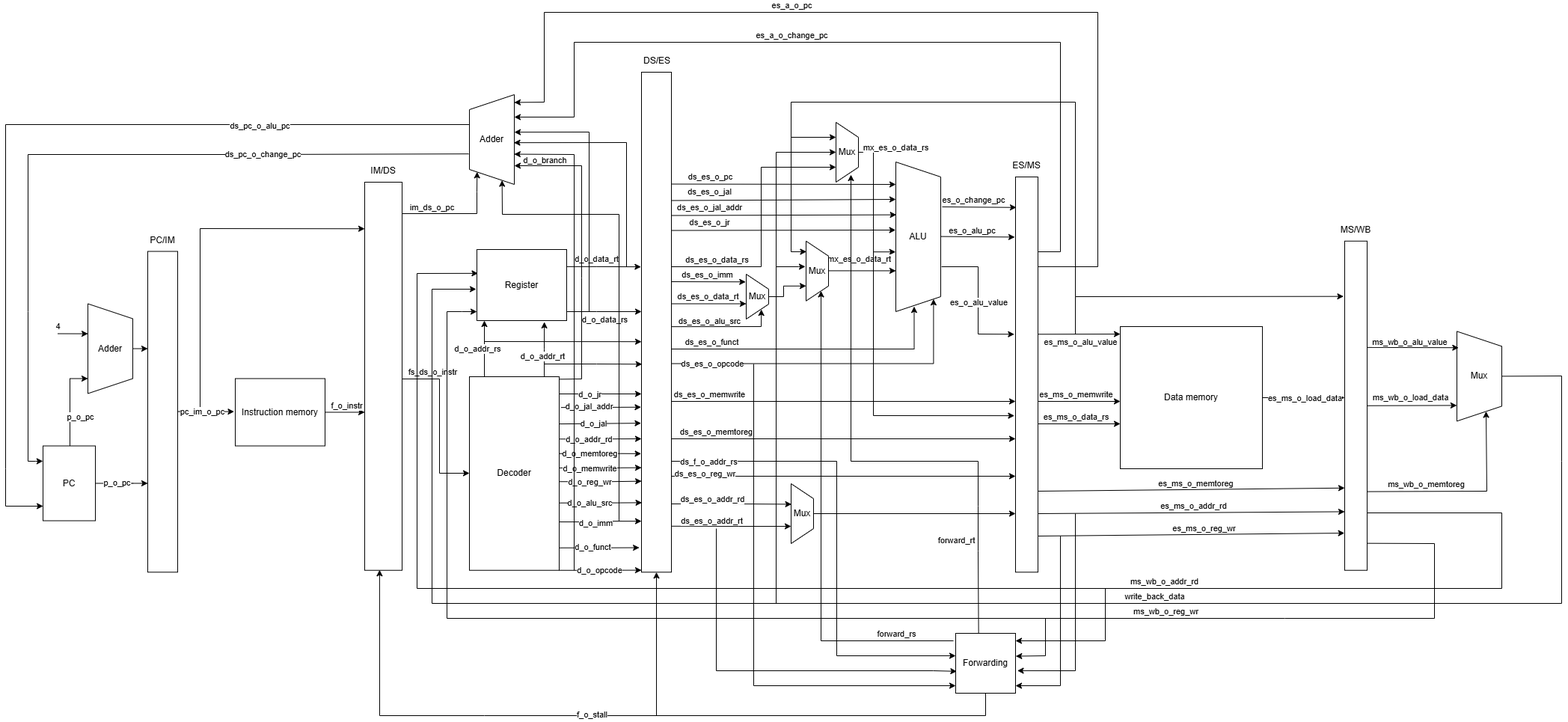
Earlier version of the draw.io export Picture/architecture.png (NguyenHoanKhanh/MIPS_PIPELINE). Source tidied: cells renumbered, new cells last; positions are measured from the earlier drawing's top-left corner, leaving out a move shared by most shapes.
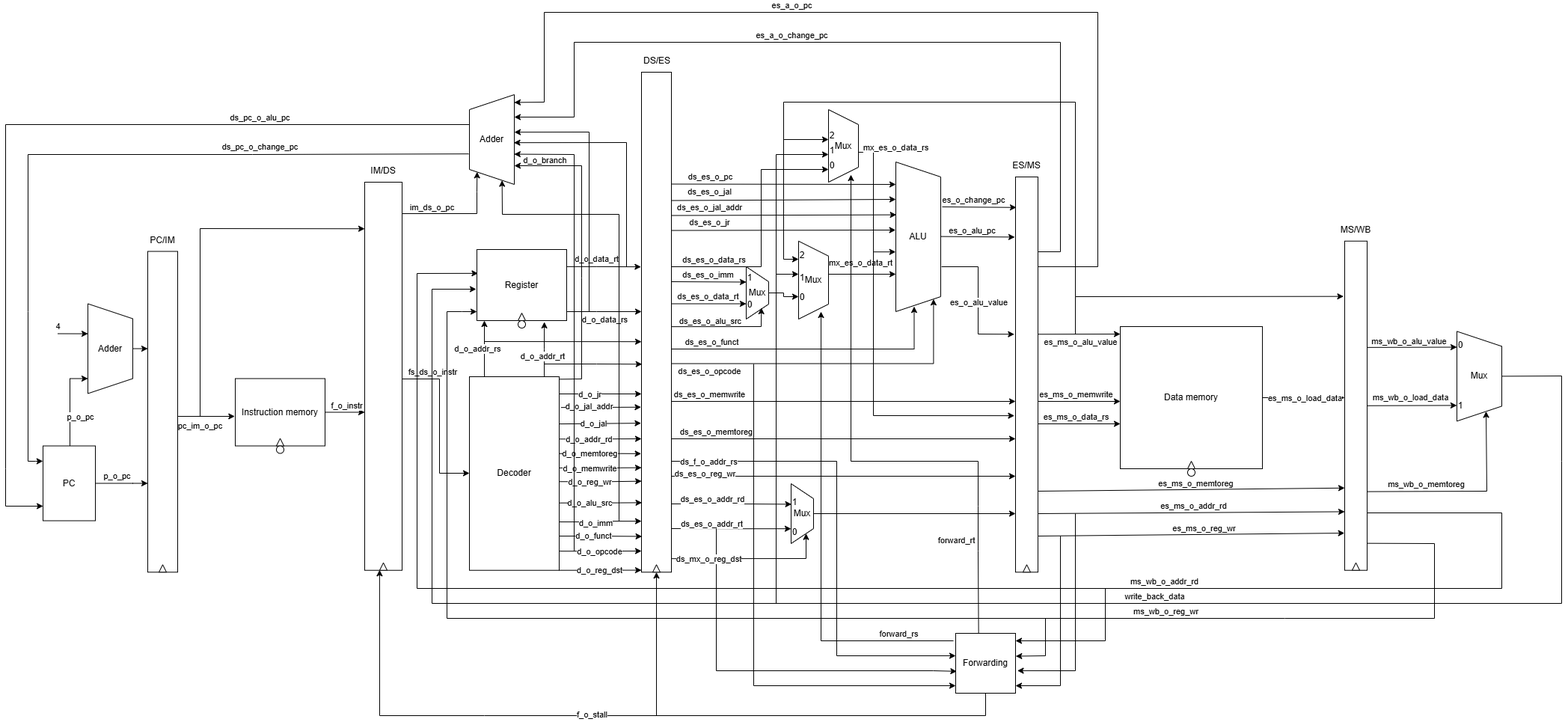
The same diagram one commit later.

What changed in the source:
```diff
@@ -13,3 +13,5 @@
     <mxCell id="3" value="p_o_pc" style="edgeLabel;html=1;align=center;verticalAlign=middle;" parent="2" vertex="1">
-      <mxGeometry x="-0.19" y="1" relative="1" as="geometry" />
+      <mxGeometry x="-0.19" y="1" relative="1" as="geometry">
+        <mxPoint y="-9" as="offset" />
+      </mxGeometry>
     </mxCell>
@@ -66,6 +68,8 @@
     </mxCell>
-    <mxCell id="14" style="edgeStyle=orthogonalEdgeStyle;rounded=0;jettySize=auto;html=1;entryX=0;entryY=0.996;entryDx=0;entryDy=0;entryPerimeter=0;exitX=1;exitY=1;exitDx=0;exitDy=0;" parent="1" edge="1" source="22" target="28">
+    <mxCell id="14" style="edgeStyle=orthogonalEdgeStyle;rounded=0;orthogonalLoop=1;jettySize=auto;html=1;entryX=0;entryY=0.996;entryDx=0;entryDy=0;entryPerimeter=0;exitX=1;exitY=1;exitDx=0;exitDy=0;" parent="1" edge="1">
       <mxGeometry relative="1" as="geometry">
+        <mxPoint x="740" y="720.2" as="sourcePoint" />
+        <mxPoint x="850" y="720" as="targetPoint" />
         <Array as="points">
-          <mxPoint x="780" y="746" />
+          <mxPoint x="780" y="720.4" />
         </Array>
@@ -78,4 +82,10 @@
     </mxCell>
-    <mxCell id="16" style="edgeStyle=orthogonalEdgeStyle;rounded=0;jettySize=auto;html=1;entryX=-0.072;entryY=0.951;entryDx=0;entryDy=0;entryPerimeter=0;exitX=0.993;exitY=0.884;exitDx=0;exitDy=0;exitPerimeter=0;" parent="1" edge="1" source="22" target="28">
-      <mxGeometry relative="1" as="geometry" />
+    <mxCell id="16" style="edgeStyle=orthogonalEdgeStyle;rounded=0;orthogonalLoop=1;jettySize=auto;html=1;entryX=-0.006;entryY=0.952;entryDx=0;entryDy=0;entryPerimeter=0;exitX=0.993;exitY=0.884;exitDx=0;exitDy=0;exitPerimeter=0;" parent="1" edge="1">
+      <mxGeometry relative="1" as="geometry">
+        <mxPoint x="740" y="700" as="sourcePoint" />
+        <mxPoint x="850.6" y="700.5" as="targetPoint" />
+        <Array as="points">
+          <mxPoint x="790.8" y="700.3" />
+        </Array>
+      </mxGeometry>
     </mxCell>
@@ -206,3 +216,3 @@
       <mxGeometry x="0.08" relative="1" as="geometry">
-        <mxPoint x="-183" as="offset" />
+        <mxPoint x="-187" y="10" as="offset" />
       </mxGeometry>
@@ -236,9 +246,9 @@
     </mxCell>
-    <mxCell id="45" style="edgeStyle=orthogonalEdgeStyle;rounded=0;jettySize=auto;html=1;entryX=0.75;entryY=1;entryDx=0;entryDy=0;" parent="1" edge="1" target="56">
+    <mxCell id="45" style="edgeStyle=orthogonalEdgeStyle;rounded=0;orthogonalLoop=1;jettySize=auto;html=1;" parent="1" edge="1">
       <mxGeometry relative="1" as="geometry">
         <mxPoint x="890" y="340" as="sourcePoint" />
+        <mxPoint x="1100" y="210" as="targetPoint" />
         <Array as="points">
-          <mxPoint x="890" y="340" />
           <mxPoint x="1010" y="340" />
-          <mxPoint x="1010" y="207" />
+          <mxPoint x="1010" y="210" />
         </Array>
@@ -303,3 +313,3 @@
     <mxCell id="56" value="Mux" style="shape=trapezoid;perimeter=trapezoidPerimeter;whiteSpace=wrap;html=1;fixedSize=1;direction=south;" parent="1" vertex="1">
-      <mxGeometry x="1110" y="147" width="30" height="80" as="geometry" />
+      <mxGeometry x="1100" y="130" width="40" height="97" as="geometry" />
     </mxCell>
@@ -310,5 +320,6 @@
       <mxGeometry relative="1" as="geometry">
-        <mxPoint x="1190" y="345.4" as="targetPoint" />
+        <mxPoint x="1190" y="350" as="targetPoint" />
         <Array as="points">
-          <mxPoint x="1190" y="345" />
+          <mxPoint x="1100" y="350" />
+          <mxPoint x="1190" y="350" />
         </Array>
@@ -318,3 +329,3 @@
       <mxGeometry x="-0.2" y="1" relative="1" as="geometry">
-        <mxPoint x="4" y="-15" as="offset" />
+        <mxPoint x="11" y="-15" as="offset" />
       </mxGeometry>
@@ -322,3 +333,3 @@
     <mxCell id="60" value="Mux" style="shape=trapezoid;perimeter=trapezoidPerimeter;whiteSpace=wrap;html=1;fixedSize=1;direction=south;" parent="1" vertex="1">
-      <mxGeometry x="1070" y="305.8" width="30" height="80" as="geometry" />
+      <mxGeometry x="1060" y="305.8" width="40" height="104.2" as="geometry" />
     </mxCell>
@@ -326,3 +337,3 @@
       <mxGeometry relative="1" as="geometry">
-        <mxPoint x="260" y="530" as="sourcePoint" />
+        <mxPoint x="260" y="540" as="sourcePoint" />
         <Array as="points">
@@ -342,6 +353,8 @@
     </mxCell>
-    <mxCell id="64" style="endArrow=classic;html=1;rounded=0;entryX=0.712;entryY=1;entryDx=0;entryDy=0;entryPerimeter=0;exitX=0.993;exitY=0.908;exitDx=0;exitDy=0;exitPerimeter=0;" parent="1" edge="1" source="28" target="66">
+    <mxCell id="64" style="endArrow=classic;html=1;rounded=0;entryX=0.712;entryY=1;entryDx=0;entryDy=0;entryPerimeter=0;exitX=0.993;exitY=0.908;exitDx=0;exitDy=0;exitPerimeter=0;" parent="1" edge="1">
       <mxGeometry relative="1" as="geometry">
+        <mxPoint x="889.7" y="690" as="sourcePoint" />
+        <mxPoint x="1050" y="690.2" as="targetPoint" />
         <Array as="points">
-          <mxPoint x="980" y="687" />
+          <mxPoint x="980" y="690.2" />
         </Array>
@@ -369,8 +382,5 @@
     </mxCell>
-    <mxCell id="69" style="edgeStyle=orthogonalEdgeStyle;rounded=0;jettySize=auto;html=1;entryX=0.75;entryY=1;entryDx=0;entryDy=0;" parent="1" edge="1" source="70" target="60">
+    <mxCell id="69" style="edgeStyle=orthogonalEdgeStyle;rounded=0;jettySize=auto;html=1;" parent="1" edge="1" source="70">
       <mxGeometry relative="1" as="geometry">
-        <Array as="points">
-          <mxPoint x="1040" y="380" />
-          <mxPoint x="1040" y="366" />
-        </Array>
+        <mxPoint x="1060" y="380" as="targetPoint" />
       </mxGeometry>
@@ -378,5 +388,5 @@
     <mxCell id="70" value="Mux" style="shape=trapezoid;perimeter=trapezoidPerimeter;whiteSpace=wrap;html=1;fixedSize=1;direction=south;" parent="1" vertex="1">
-      <mxGeometry x="990" y="350" width="30" height="60" as="geometry" />
+      <mxGeometry x="990" y="340" width="30" height="70" as="geometry" />
     </mxCell>
-    <mxCell id="71" style="endArrow=classic;html=1;rounded=0;entryX=0.171;entryY=1.025;entryDx=0;entryDy=0;entryPerimeter=0;" parent="1" edge="1" target="70">
+    <mxCell id="71" style="endArrow=classic;html=1;rounded=0;entryX=0.293;entryY=0.998;entryDx=0;entryDy=0;entryPerimeter=0;" parent="1" edge="1" target="70">
       <mxGeometry relative="1" as="geometry">
@@ -533,3 +543,3 @@
     </mxCell>
-    <mxCell id="99" style="endArrow=classic;html=1;rounded=0;exitX=0.989;exitY=0.323;exitDx=0;exitDy=0;exitPerimeter=0;entryX=0.182;entryY=0.961;entryDx=0;entryDy=0;entryPerimeter=0;" parent="1" edge="1" source="92" target="93">
+    <mxCell id="99" style="endArrow=classic;html=1;rounded=0;exitX=0.989;exitY=0.323;exitDx=0;exitDy=0;exitPerimeter=0;entryX=0;entryY=0.75;entryDx=0;entryDy=0;" parent="1" edge="1" source="92" target="197">
       <mxGeometry relative="1" as="geometry" />
@@ -661,5 +671,6 @@
     </mxCell>
-    <mxCell id="116" style="endArrow=classic;html=1;rounded=0;entryX=1;entryY=0.25;entryDx=0;entryDy=0;" parent="1" edge="1" target="60">
+    <mxCell id="116" style="endArrow=classic;html=1;rounded=0;" parent="1" edge="1">
       <mxGeometry relative="1" as="geometry">
         <mxPoint x="1267" y="840" as="sourcePoint" />
+        <mxPoint x="1090" y="400" as="targetPoint" />
         <Array as="points">
@@ -705,7 +716,8 @@
     </mxCell>
-    <mxCell id="122" style="endArrow=classic;html=1;rounded=0;entryX=0.5;entryY=1;entryDx=0;entryDy=0;" parent="1" edge="1" target="56">
+    <mxCell id="122" style="endArrow=classic;html=1;rounded=0;" parent="1" edge="1">
       <mxGeometry relative="1" as="geometry">
         <mxPoint x="1030" y="790" as="sourcePoint" />
+        <mxPoint x="1100" y="190" as="targetPoint" />
         <Array as="points">
-          <mxPoint x="1030" y="187" />
+          <mxPoint x="1030" y="190" />
         </Array>
@@ -713,7 +725,8 @@
     </mxCell>
-    <mxCell id="123" style="endArrow=classic;html=1;rounded=0;entryX=0.426;entryY=1.033;entryDx=0;entryDy=0;entryPerimeter=0;" parent="1" edge="1" target="60">
+    <mxCell id="123" style="endArrow=classic;html=1;rounded=0;" parent="1" edge="1">
       <mxGeometry relative="1" as="geometry">
-        <mxPoint x="1030" y="340" as="sourcePoint" />
+        <mxPoint x="1030" y="350" as="sourcePoint" />
+        <mxPoint x="1060" y="350" as="targetPoint" />
         <Array as="points">
-          <mxPoint x="1060" y="340" />
+          <mxPoint x="1050" y="350" />
         </Array>
@@ -721,9 +734,10 @@
     </mxCell>
-    <mxCell id="124" style="endArrow=classic;html=1;rounded=0;entryX=0.25;entryY=1;entryDx=0;entryDy=0;" parent="1" edge="1" target="56">
+    <mxCell id="124" style="endArrow=classic;html=1;rounded=0;" parent="1" edge="1">
       <mxGeometry relative="1" as="geometry">
         <mxPoint x="1430" y="380" as="sourcePoint" />
+        <mxPoint x="1100" y="170" as="targetPoint" />
         <Array as="points">
           <mxPoint x="1430" y="120" />
-          <mxPoint x="1050" y="120" />
-          <mxPoint x="1050" y="167" />
+          <mxPoint x="1040" y="120" />
+          <mxPoint x="1040" y="170" />
         </Array>
@@ -774,3 +788,5 @@
     <mxCell id="131" value="ds_pc_o_change_pc" style="edgeLabel;html=1;align=center;verticalAlign=middle;" parent="130" vertex="1">
-      <mxGeometry x="-0.46" relative="1" as="geometry" />
+      <mxGeometry x="-0.46" relative="1" as="geometry">
+        <mxPoint x="-4" y="-10" as="offset" />
+      </mxGeometry>
     </mxCell>
@@ -788,3 +804,3 @@
       <mxGeometry x="-0.44" y="1" relative="1" as="geometry">
-        <mxPoint x="48" as="offset" />
+        <mxPoint x="48" y="-11" as="offset" />
       </mxGeometry>
@@ -852,3 +868,3 @@
       <mxGeometry relative="1" as="geometry">
-        <mxPoint x="760" y="745.8" as="sourcePoint" />
+        <mxPoint x="760" y="720" as="sourcePoint" />
         <Array as="points">
@@ -952,7 +968,9 @@
     </mxCell>
-    <mxCell id="160" style="endArrow=classic;html=1;rounded=0;entryX=0.177;entryY=0.983;entryDx=0;entryDy=0;entryPerimeter=0;" parent="1" edge="1" target="60">
+    <mxCell id="160" style="endArrow=classic;html=1;rounded=0;" parent="1" edge="1">
       <mxGeometry relative="1" as="geometry">
-        <mxPoint x="1050" y="160" as="sourcePoint" />
+        <mxPoint x="1040" y="160" as="sourcePoint" />
+        <mxPoint x="1060" y="330" as="targetPoint" />
         <Array as="points">
-          <mxPoint x="1050" y="320" />
+          <mxPoint x="1040" y="250" />
+          <mxPoint x="1040" y="330" />
         </Array>
@@ -1007,3 +1025,3 @@
     </mxCell>
-    <mxCell id="172" style="edgeStyle=orthogonalEdgeStyle;rounded=0;jettySize=auto;html=1;entryX=-0.013;entryY=0.491;entryDx=0;entryDy=0;entryPerimeter=0;" parent="1" edge="1" target="8">
+    <mxCell id="172" style="edgeStyle=orthogonalEdgeStyle;rounded=0;jettySize=auto;html=1;entryX=-0.006;entryY=0.561;entryDx=0;entryDy=0;entryPerimeter=0;" parent="1" edge="1" target="8">
       <mxGeometry relative="1" as="geometry">
@@ -1011,3 +1029,3 @@
         <Array as="points">
-          <mxPoint x="280" y="534" />
+          <mxPoint x="230" y="540" />
         </Array>
@@ -1017,3 +1035,3 @@
       <mxGeometry x="-0.19" y="1" relative="1" as="geometry">
-        <mxPoint x="2" y="1" as="offset" />
+        <mxPoint x="3" y="14" as="offset" />
       </mxGeometry>
@@ -1042,2 +1060,99 @@
     </mxCell>
+    <mxCell id="178" style="edgeStyle=orthogonalEdgeStyle;rounded=0;orthogonalLoop=1;jettySize=auto;html=1;entryX=0;entryY=0.996;entryDx=0;entryDy=0;entryPerimeter=0;exitX=1;exitY=1;exitDx=0;exitDy=0;" parent="1" edge="1">
+      <mxGeometry relative="1" as="geometry">
+        <mxPoint x="740" y="745.7" as="sourcePoint" />
+        <mxPoint x="850" y="745.6" as="targetPoint" />
+        <Array as="points">
+          <mxPoint x="780" y="746" />
+        </Array>
+      </mxGeometry>
+    </mxCell>
+    <mxCell id="179" value="d_o_reg_dst" style="edgeLabel;html=1;align=center;verticalAlign=middle;" parent="178" vertex="1">
+      <mxGeometry x="0.08" relative="1" as="geometry">
+        <mxPoint x="-6" as="offset" />
+      </mxGeometry>
+    </mxCell>
+    <mxCell id="180" style="edgeStyle=orthogonalEdgeStyle;rounded=0;jettySize=auto;html=1;exitX=1;exitY=1;exitDx=0;exitDy=0;entryX=1;entryY=0.25;entryDx=0;entryDy=0;" parent="1" edge="1" target="66">
+      <mxGeometry relative="1" as="geometry">
+        <mxPoint x="890" y="730.2" as="sourcePoint" />
+        <Array as="points">
+          <mxPoint x="930" y="730" />
+          <mxPoint x="1070" y="730" />
+        </Array>
+      </mxGeometry>
+    </mxCell>
+    <mxCell id="181" value="ds_mx_o_reg_dst" style="edgeLabel;html=1;align=center;verticalAlign=middle;" parent="180" vertex="1">
+      <mxGeometry x="0.08" relative="1" as="geometry">
+        <mxPoint x="-66" as="offset" />
+      </mxGeometry>
+    </mxCell>
+    <mxCell id="182" style="triangle;whiteSpace=wrap;html=1;direction=north;" parent="1" vertex="1">
+      <mxGeometry x="205" y="738.3" width="10" height="10" as="geometry" />
+    </mxCell>
+    <mxCell id="183" style="triangle;whiteSpace=wrap;html=1;direction=north;" parent="1" vertex="1">
+      <mxGeometry x="500" y="735.8" width="10" height="10" as="geometry" />
+    </mxCell>
+    <mxCell id="184" style="triangle;whiteSpace=wrap;html=1;direction=north;" parent="1" vertex="1">
+      <mxGeometry x="865" y="738.3" width="10" height="10" as="geometry" />
+    </mxCell>
+    <mxCell id="185" style="triangle;whiteSpace=wrap;html=1;direction=north;" parent="1" vertex="1">
+      <mxGeometry x="1360" y="738.3" width="10" height="10" as="geometry" />
+    </mxCell>
+    <mxCell id="186" style="triangle;whiteSpace=wrap;html=1;direction=north;" parent="1" vertex="1">
+      <mxGeometry x="1800" y="735.8" width="10" height="10" as="geometry" />
+    </mxCell>
+    <mxCell id="187" style="triangle;whiteSpace=wrap;html=1;direction=north;" parent="1" vertex="1">
+      <mxGeometry x="685" y="402" width="10" height="10" as="geometry" />
+    </mxCell>
+    <mxCell id="188" style="triangle;whiteSpace=wrap;html=1;direction=north;" parent="1" vertex="1">
+      <mxGeometry x="1580" y="600" width="10" height="10" as="geometry" />
+    </mxCell>
+    <mxCell id="189" style="triangle;whiteSpace=wrap;html=1;direction=north;" parent="1" vertex="1">
+      <mxGeometry x="362" y="569.5" width="10" height="10" as="geometry" />
+    </mxCell>
+    <mxCell id="190" style="ellipse;whiteSpace=wrap;html=1;" parent="1" vertex="1">
+      <mxGeometry x="362" y="579.5" width="10" height="10" as="geometry" />
+    </mxCell>
+    <mxCell id="191" style="ellipse;whiteSpace=wrap;html=1;" parent="1" vertex="1">
+      <mxGeometry x="685" y="412" width="10" height="10" as="geometry" />
+    </mxCell>
+    <mxCell id="192" style="ellipse;whiteSpace=wrap;html=1;" parent="1" vertex="1">
+      <mxGeometry x="1580" y="610" width="10" height="10" as="geometry" />
+    </mxCell>
+    <mxCell id="193" value="0" style="text;html=1;whiteSpace=wrap;strokeColor=none;fillColor=none;align=center;verticalAlign=middle;rounded=0;" parent="1" vertex="1">
+      <mxGeometry x="1050" y="690" width="10" height="10" as="geometry" />
+    </mxCell>
+    <mxCell id="194" value="1" style="text;html=1;whiteSpace=wrap;strokeColor=none;fillColor=none;align=center;verticalAlign=middle;rounded=0;" parent="1" vertex="1">
+      <mxGeometry x="1050" y="650" width="10" height="10" as="geometry" />
+    </mxCell>
+    <mxCell id="195" value="0" style="text;html=1;whiteSpace=wrap;strokeColor=none;fillColor=none;align=center;verticalAlign=middle;rounded=0;" parent="1" vertex="1">
+      <mxGeometry x="990" y="385.8" width="10" height="10" as="geometry" />
+    </mxCell>
+    <mxCell id="196" value="1" style="text;html=1;whiteSpace=wrap;strokeColor=none;fillColor=none;align=center;verticalAlign=middle;rounded=0;" parent="1" vertex="1">
+      <mxGeometry x="990" y="350" width="10" height="10" as="geometry" />
+    </mxCell>
+    <mxCell id="197" value="0" style="text;html=1;whiteSpace=wrap;strokeColor=none;fillColor=none;align=center;verticalAlign=middle;rounded=0;" parent="1" vertex="1">
+      <mxGeometry x="1940" y="440" width="10" height="10" as="geometry" />
+    </mxCell>
+    <mxCell id="198" value="1" style="text;html=1;whiteSpace=wrap;strokeColor=none;fillColor=none;align=center;verticalAlign=middle;rounded=0;" parent="1" vertex="1">
+      <mxGeometry x="1940" y="520.8" width="10" height="10" as="geometry" />
+    </mxCell>
+    <mxCell id="199" value="0" style="text;html=1;whiteSpace=wrap;strokeColor=none;fillColor=none;align=center;verticalAlign=middle;rounded=0;" parent="1" vertex="1">
+      <mxGeometry x="1060" y="375.8" width="10" height="10" as="geometry" />
+    </mxCell>
+    <mxCell id="200" value="2" style="text;html=1;whiteSpace=wrap;strokeColor=none;fillColor=none;align=center;verticalAlign=middle;rounded=0;" parent="1" vertex="1">
+      <mxGeometry x="1060" y="319.5" width="10" height="10" as="geometry" />
+    </mxCell>
+    <mxCell id="201" value="1" style="text;html=1;whiteSpace=wrap;strokeColor=none;fillColor=none;align=center;verticalAlign=middle;rounded=0;" parent="1" vertex="1">
+      <mxGeometry x="1060" y="350" width="10" height="10" as="geometry" />
+    </mxCell>
+    <mxCell id="202" value="0" style="text;html=1;whiteSpace=wrap;strokeColor=none;fillColor=none;align=center;verticalAlign=middle;rounded=0;" parent="1" vertex="1">
+      <mxGeometry x="1100" y="200" width="10" height="10" as="geometry" />
+    </mxCell>
+    <mxCell id="203" value="1" style="text;html=1;whiteSpace=wrap;strokeColor=none;fillColor=none;align=center;verticalAlign=middle;rounded=0;" parent="1" vertex="1">
+      <mxGeometry x="1100" y="180" width="10" height="10" as="geometry" />
+    </mxCell>
+    <mxCell id="204" value="2" style="text;html=1;whiteSpace=wrap;strokeColor=none;fillColor=none;align=center;verticalAlign=middle;rounded=0;" parent="1" vertex="1">
+      <mxGeometry x="1100" y="160" width="10" height="10" as="geometry" />
+    </mxCell>
   </root>
```
